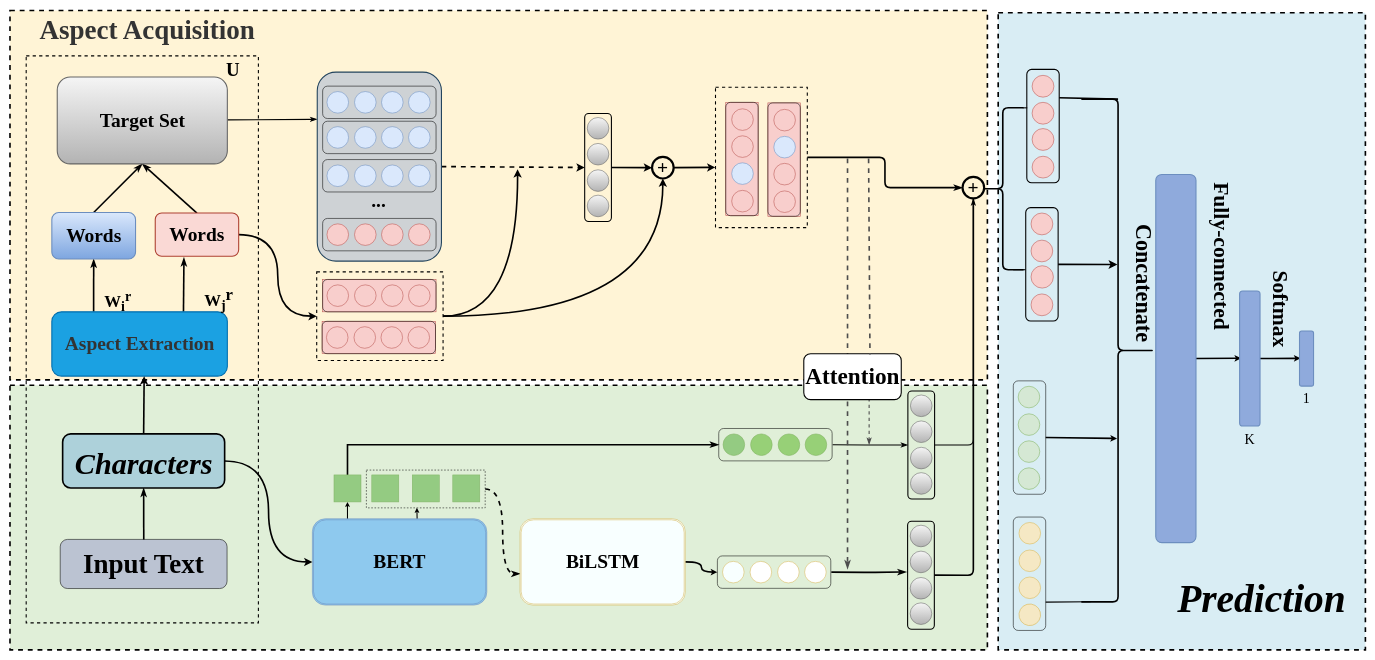
This is page "第四章模型" (3 of 7) of 未命名绘图.drawio from SiMlLeSYF/new, a draw.io file, before an edit. Source tidied: cells renumbered, new cells numbered last; positions are measured from the earlier drawing's top-left corner, leaving out a move shared by most shapes. Both pictures are drawn from the tidied source at 54%, with x=0, y=0 at pixel (10, 10).
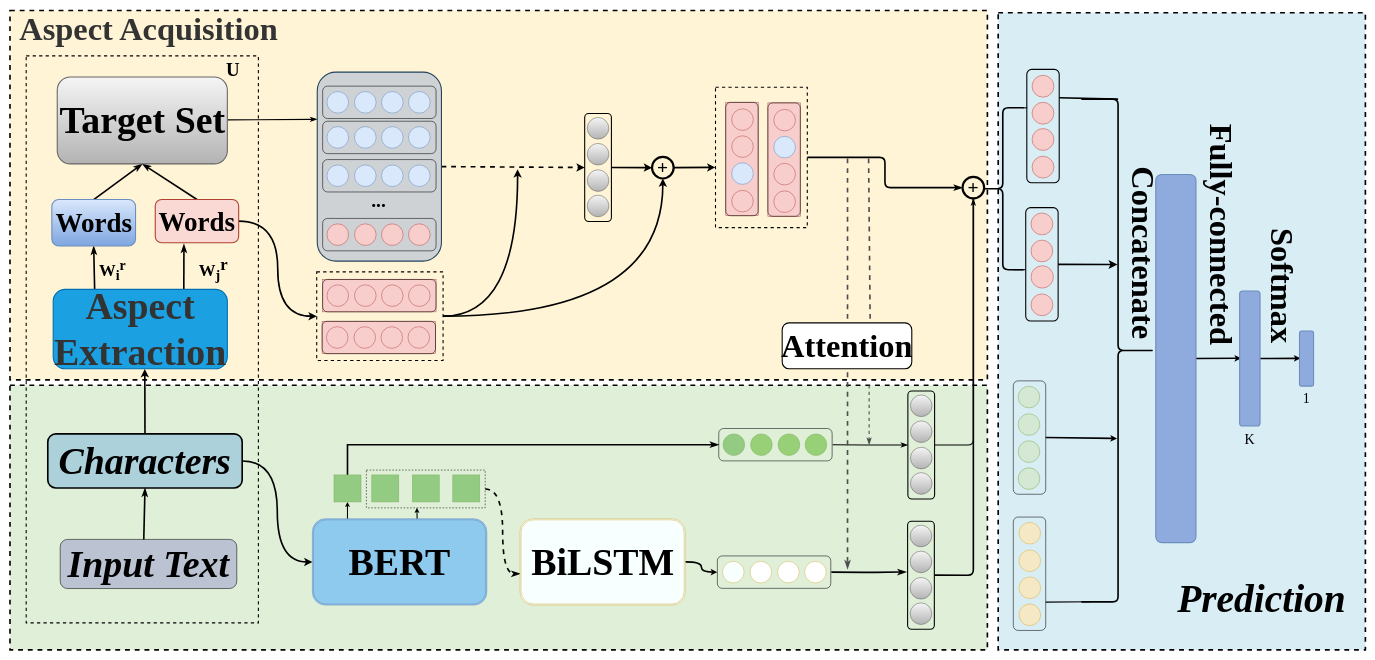
The same page after the edit.

What changed in the source:
```diff
@@
-    <mxCell id="15" value="&lt;font face=&quot;Times New Roman&quot; style=&quot;font-size: 36px;&quot;&gt;&lt;b style=&quot;&quot;&gt;BERT&lt;/b&gt;&lt;/font&gt;" style="shape=ext;double=1;rounded=1;whiteSpace=wrap;html=1;fillColor=#8EC9EE;strokeColor=#6c8ebf;" parent="1" vertex="1">
+    <mxCell id="15" value="&lt;font size=&quot;1&quot; face=&quot;Times New Roman&quot; style=&quot;&quot;&gt;&lt;b style=&quot;font-size: 70px;&quot;&gt;BERT&lt;/b&gt;&lt;/font&gt;" style="shape=ext;double=1;rounded=1;whiteSpace=wrap;html=1;fillColor=#8EC9EE;strokeColor=#6c8ebf;" parent="1" vertex="1">
       <mxGeometry x="560" y="941.1" width="323" height="160" as="geometry" />
     </mxCell>
@@
-    <mxCell id="20" value="&lt;font face=&quot;Times New Roman&quot; style=&quot;font-size: 36px;&quot;&gt;&lt;b style=&quot;&quot;&gt;BiLSTM&lt;/b&gt;&lt;/font&gt;" style="shape=ext;double=1;rounded=1;whiteSpace=wrap;html=1;fillColor=#F8FFFF;strokeColor=#d6b656;" parent="1" vertex="1">
+    <mxCell id="20" value="&lt;font size=&quot;1&quot; face=&quot;Times New Roman&quot; style=&quot;&quot;&gt;&lt;b style=&quot;font-size: 70px;&quot;&gt;BiLSTM&lt;/b&gt;&lt;/font&gt;" style="shape=ext;double=1;rounded=1;whiteSpace=wrap;html=1;fillColor=#F8FFFF;strokeColor=#d6b656;" parent="1" vertex="1">
       <mxGeometry x="944.5" y="941.1" width="306" height="160" as="geometry" />
     </mxCell>
@@
-    <mxCell id="27" value="&lt;span style=&quot;color: rgb(51, 51, 51); text-align: start;&quot;&gt;&lt;font size=&quot;1&quot; style=&quot;&quot;&gt;&lt;b style=&quot;font-size: 50px;&quot;&gt;Aspect Acquisition&lt;/b&gt;&lt;/font&gt;&lt;/span&gt;" style="text;html=1;strokeColor=none;fillColor=none;align=center;verticalAlign=middle;whiteSpace=wrap;rounded=0;dashed=1;fontFamily=Times New Roman;fontSize=36;" parent="1" vertex="1">
-      <mxGeometry x="48" y="6" width="412.5" height="60" as="geometry" />
+    <mxCell id="27" value="&lt;span style=&quot;color: rgb(51, 51, 51); text-align: start;&quot;&gt;&lt;font size=&quot;1&quot; style=&quot;&quot;&gt;&lt;b style=&quot;font-size: 60px;&quot;&gt;Aspect Acquisition&lt;/b&gt;&lt;/font&gt;&lt;/span&gt;" style="text;html=1;strokeColor=none;fillColor=none;align=center;verticalAlign=middle;whiteSpace=wrap;rounded=0;dashed=1;fontFamily=Times New Roman;fontSize=36;" parent="1" vertex="1">
+      <mxGeometry x="15.5" y="4" width="482" height="60" as="geometry" />
     </mxCell>
@@
-    <mxCell id="30" value="&lt;span style=&quot;color: rgb(51, 51, 51); text-align: start;&quot;&gt;&lt;b style=&quot;&quot;&gt;&lt;font style=&quot;font-size: 36px;&quot;&gt;Aspect Extraction&lt;/font&gt;&lt;/b&gt;&lt;/span&gt;" style="rounded=1;whiteSpace=wrap;html=1;fontFamily=Times New Roman;fontSize=24;strokeWidth=2;fillColor=#1ba1e2;fontColor=#ffffff;strokeColor=#006EAF;" parent="1" vertex="1">
-      <mxGeometry x="77.5" y="558" width="325" height="119" as="geometry" />
+    <mxCell id="30" value="&lt;span style=&quot;color: rgb(51, 51, 51); text-align: start;&quot;&gt;&lt;b style=&quot;&quot;&gt;&lt;font style=&quot;font-size: 70px;&quot;&gt;Aspect Extraction&lt;/font&gt;&lt;/b&gt;&lt;/span&gt;" style="rounded=1;whiteSpace=wrap;html=1;fontFamily=Times New Roman;fontSize=24;strokeWidth=2;fillColor=#1ba1e2;fontColor=#ffffff;strokeColor=#006EAF;" parent="1" vertex="1">
+      <mxGeometry x="80" y="516.4" width="322.5" height="147" as="geometry" />
     </mxCell>
@@
-    <mxCell id="32" value="&lt;b&gt;&lt;font style=&quot;font-size: 36px;&quot;&gt;Words&lt;/font&gt;&lt;/b&gt;" style="rounded=1;whiteSpace=wrap;html=1;fontFamily=Times New Roman;fontSize=24;strokeWidth=2;fillColor=#dae8fc;strokeColor=#6c8ebf;gradientColor=#7ea6e0;" parent="1" vertex="1">
-      <mxGeometry x="77.5" y="374" width="155" height="86" as="geometry" />
+    <mxCell id="32" value="&lt;b&gt;&lt;font style=&quot;font-size: 50px;&quot;&gt;Words&lt;/font&gt;&lt;/b&gt;" style="rounded=1;whiteSpace=wrap;html=1;fontFamily=Times New Roman;fontSize=24;strokeWidth=2;fillColor=#dae8fc;strokeColor=#6c8ebf;gradientColor=#7ea6e0;" parent="1" vertex="1">
+      <mxGeometry x="77.5" y="350" width="155" height="86" as="geometry" />
     </mxCell>
@@
-    <mxCell id="35" value="&lt;b&gt;&lt;font style=&quot;font-size: 36px;&quot;&gt;Words&lt;/font&gt;&lt;/b&gt;" style="rounded=1;whiteSpace=wrap;html=1;fontFamily=Times New Roman;fontSize=24;strokeWidth=2;fillColor=#fad9d5;strokeColor=#ae4132;" parent="1" vertex="1">
-      <mxGeometry x="269" y="375" width="154.5" height="80" as="geometry" />
+    <mxCell id="35" value="&lt;b&gt;&lt;font style=&quot;font-size: 50px;&quot;&gt;Words&lt;/font&gt;&lt;/b&gt;" style="rounded=1;whiteSpace=wrap;html=1;fontFamily=Times New Roman;fontSize=24;strokeWidth=2;fillColor=#fad9d5;strokeColor=#ae4132;" parent="1" vertex="1">
+      <mxGeometry x="269" y="350" width="154.5" height="80" as="geometry" />
     </mxCell>
     <mxCell id="36" value="&lt;font style=&quot;font-size: 31px;&quot;&gt;W&lt;sub&gt;i&lt;/sub&gt;&lt;sup&gt;r&lt;/sup&gt;&lt;/font&gt;" style="text;html=1;strokeColor=none;fillColor=none;align=center;verticalAlign=middle;whiteSpace=wrap;rounded=0;fontFamily=Times New Roman;fontSize=24;fontStyle=1;" parent="1" vertex="1">
-      <mxGeometry x="170" y="524" width="60" height="30" as="geometry" />
+      <mxGeometry x="160" y="468" width="60" height="30" as="geometry" />
     </mxCell>
     <mxCell id="37" value="&lt;font style=&quot;font-size: 31px;&quot;&gt;&lt;font style=&quot;font-size: 31px;&quot;&gt;W&lt;sub style=&quot;&quot;&gt;j&lt;/sub&gt;&lt;/font&gt;&lt;sup style=&quot;&quot;&gt;&lt;font style=&quot;font-size: 31px;&quot;&gt;r&lt;/font&gt;&amp;nbsp;&lt;/sup&gt;&lt;/font&gt;" style="text;html=1;strokeColor=none;fillColor=none;align=center;verticalAlign=middle;whiteSpace=wrap;rounded=0;fontFamily=Times New Roman;fontSize=24;fontStyle=1;" parent="1" vertex="1">
-      <mxGeometry x="360" y="520" width="60" height="30" as="geometry" />
+      <mxGeometry x="350" y="464" width="60" height="30" as="geometry" />
     </mxCell>
@@
-    <mxCell id="39" value="&lt;b&gt;&lt;font style=&quot;font-size: 36px;&quot;&gt;Target Set&lt;/font&gt;&lt;/b&gt;" style="rounded=1;whiteSpace=wrap;html=1;fontFamily=Times New Roman;fontSize=24;strokeWidth=2;fillColor=#f5f5f5;strokeColor=#666666;gradientColor=#b3b3b3;" parent="1" vertex="1">
+    <mxCell id="39" value="&lt;b&gt;&lt;font style=&quot;font-size: 70px;&quot;&gt;Target Set&lt;/font&gt;&lt;/b&gt;" style="rounded=1;whiteSpace=wrap;html=1;fontFamily=Times New Roman;fontSize=24;strokeWidth=2;fillColor=#f5f5f5;strokeColor=#666666;gradientColor=#b3b3b3;" parent="1" vertex="1">
       <mxGeometry x="87.5" y="123" width="315" height="161" as="geometry" />
     </mxCell>
@@
-    <mxCell id="93" value="&lt;b&gt;&lt;font style=&quot;font-size: 41px;&quot;&gt;Concatenate&lt;/font&gt;&lt;/b&gt;" style="text;html=1;strokeColor=none;fillColor=none;align=center;verticalAlign=middle;whiteSpace=wrap;rounded=0;fontFamily=Times New Roman;fontSize=26;rotation=90;" parent="1" vertex="1">
-      <mxGeometry x="2070" y="490" width="60" height="30" as="geometry" />
+    <mxCell id="93" value="&lt;b&gt;&lt;font style=&quot;font-size: 60px;&quot;&gt;Concatenate&lt;/font&gt;&lt;/b&gt;" style="text;html=1;strokeColor=none;fillColor=none;align=center;verticalAlign=middle;whiteSpace=wrap;rounded=0;fontFamily=Times New Roman;fontSize=26;rotation=90;" parent="1" vertex="1">
+      <mxGeometry x="2070" y="434" width="60" height="30" as="geometry" />
     </mxCell>
@@
-    <mxCell id="96" value="&lt;b&gt;&lt;font style=&quot;font-size: 40px;&quot;&gt;Fully-connected&lt;/font&gt;&lt;/b&gt;" style="text;html=1;strokeColor=none;fillColor=none;align=center;verticalAlign=middle;whiteSpace=wrap;rounded=0;fontFamily=Times New Roman;fontSize=26;rotation=90;" parent="1" vertex="1">
-      <mxGeometry x="2090" y="402" width="310" height="106" as="geometry" />
+    <mxCell id="96" value="&lt;b&gt;&lt;font style=&quot;font-size: 60px;&quot;&gt;Fully-connected&lt;/font&gt;&lt;/b&gt;" style="text;html=1;strokeColor=none;fillColor=none;align=center;verticalAlign=middle;whiteSpace=wrap;rounded=0;fontFamily=Times New Roman;fontSize=26;rotation=90;" parent="1" vertex="1">
+      <mxGeometry x="1988" y="362" width="510" height="106" as="geometry" />
     </mxCell>
@@
-    <mxCell id="99" value="&lt;b&gt;&lt;font style=&quot;font-size: 40px;&quot;&gt;Softmax&lt;/font&gt;&lt;/b&gt;" style="text;html=1;strokeColor=none;fillColor=none;align=center;verticalAlign=middle;whiteSpace=wrap;rounded=0;fontFamily=Times New Roman;fontSize=26;rotation=90;strokeWidth=3;" parent="1" vertex="1">
-      <mxGeometry x="2264" y="498" width="180" height="110" as="geometry" />
+    <mxCell id="99" value="&lt;b&gt;&lt;font style=&quot;font-size: 60px;&quot;&gt;Softmax&lt;/font&gt;&lt;/b&gt;" style="text;html=1;strokeColor=none;fillColor=none;align=center;verticalAlign=middle;whiteSpace=wrap;rounded=0;fontFamily=Times New Roman;fontSize=26;rotation=90;strokeWidth=3;" parent="1" vertex="1">
+      <mxGeometry x="2266" y="455" width="180" height="110" as="geometry" />
     </mxCell>
@@
-    <mxCell id="145" value="&lt;font size=&quot;1&quot; style=&quot;&quot;&gt;&lt;b style=&quot;font-size: 43px;&quot;&gt;Attention&lt;/b&gt;&lt;/font&gt;" style="rounded=1;whiteSpace=wrap;html=1;fontFamily=Times New Roman;fontSize=36;strokeWidth=2;" parent="1" vertex="1">
-      <mxGeometry x="1470" y="635.5" width="180.5" height="85" as="geometry" />
+    <mxCell id="145" value="&lt;font size=&quot;1&quot; style=&quot;&quot;&gt;&lt;b style=&quot;font-size: 60px;&quot;&gt;Attention&lt;/b&gt;&lt;/font&gt;" style="rounded=1;whiteSpace=wrap;html=1;fontFamily=Times New Roman;fontSize=36;strokeWidth=2;" parent="1" vertex="1">
+      <mxGeometry x="1430" y="578.4" width="240" height="85" as="geometry" />
     </mxCell>
@@
-    <mxCell id="186" value="&lt;font style=&quot;font-size: 56px;&quot;&gt;&lt;i&gt;&lt;b&gt;Characters&lt;/b&gt;&lt;/i&gt;&lt;/font&gt;" style="rounded=1;whiteSpace=wrap;html=1;shadow=0;strokeWidth=3;fontFamily=Times New Roman;fontSize=73;fillColor=#ADD1DA;" parent="1" vertex="1">
-      <mxGeometry x="97.5" y="784" width="300" height="100.2" as="geometry" />
+    <mxCell id="186" value="&lt;font size=&quot;1&quot; style=&quot;&quot;&gt;&lt;i style=&quot;&quot;&gt;&lt;b style=&quot;font-size: 70px;&quot;&gt;Characters&lt;/b&gt;&lt;/i&gt;&lt;/font&gt;" style="rounded=1;whiteSpace=wrap;html=1;shadow=0;strokeWidth=3;fontFamily=Times New Roman;fontSize=73;fillColor=#ADD1DA;" parent="1" vertex="1">
+      <mxGeometry x="70" y="784" width="360" height="100.2" as="geometry" />
     </mxCell>
-    <mxCell id="187" value="&lt;font style=&quot;font-size: 50px;&quot; face=&quot;Times New Roman&quot;&gt;&lt;b&gt;Input Text&lt;/b&gt;&lt;/font&gt;" style="rounded=1;whiteSpace=wrap;html=1;fillColor=#BBC3D2;" parent="1" vertex="1">
-      <mxGeometry x="93" y="979.4" width="309" height="91" as="geometry" />
+    <mxCell id="187" value="&lt;font size=&quot;1&quot; style=&quot;&quot; face=&quot;Times New Roman&quot;&gt;&lt;b style=&quot;font-size: 70px;&quot;&gt;&lt;i&gt;Input Text&lt;/i&gt;&lt;/b&gt;&lt;/font&gt;" style="rounded=1;whiteSpace=wrap;html=1;fillColor=#BBC3D2;" parent="1" vertex="1">
+      <mxGeometry x="93" y="979.4" width="327" height="91" as="geometry" />
     </mxCell>
```
